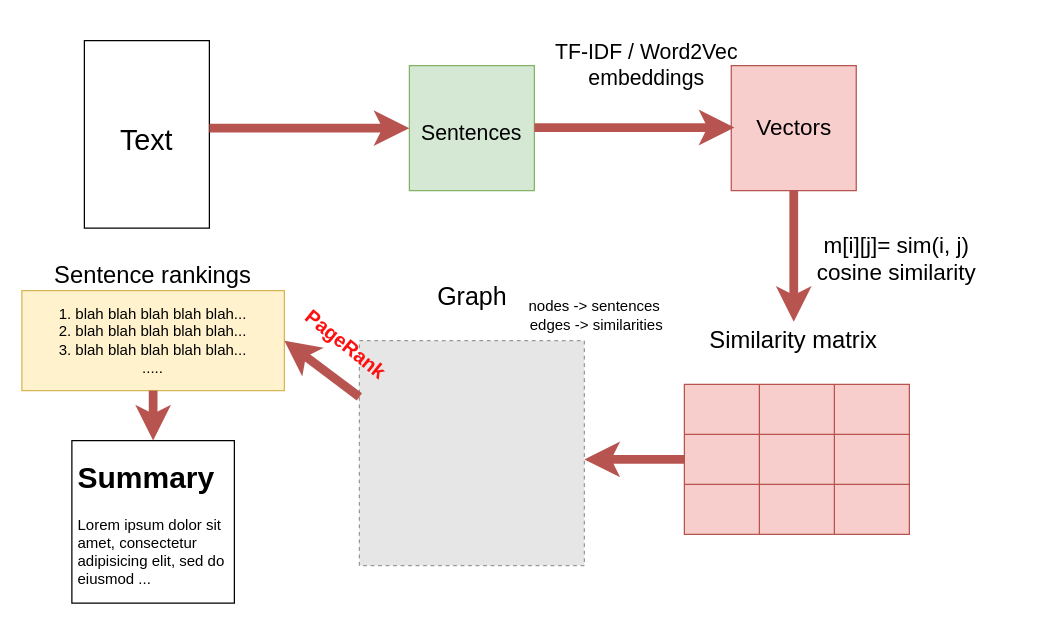
Before: Images/extractivesummarization.drawio in EndlessRecurrence/RoSumEx, a draw.io diagram. Source tidied: cells renumbered, new cells numbered last; positions are measured from the earlier drawing's top-left corner, leaving out a move shared by most shapes. Both pictures are drawn from the tidied source at 125%, with x=0, y=0 at pixel (21, 21). Pictures stored in the file or linked from it are replaced by grey dashed boxes.
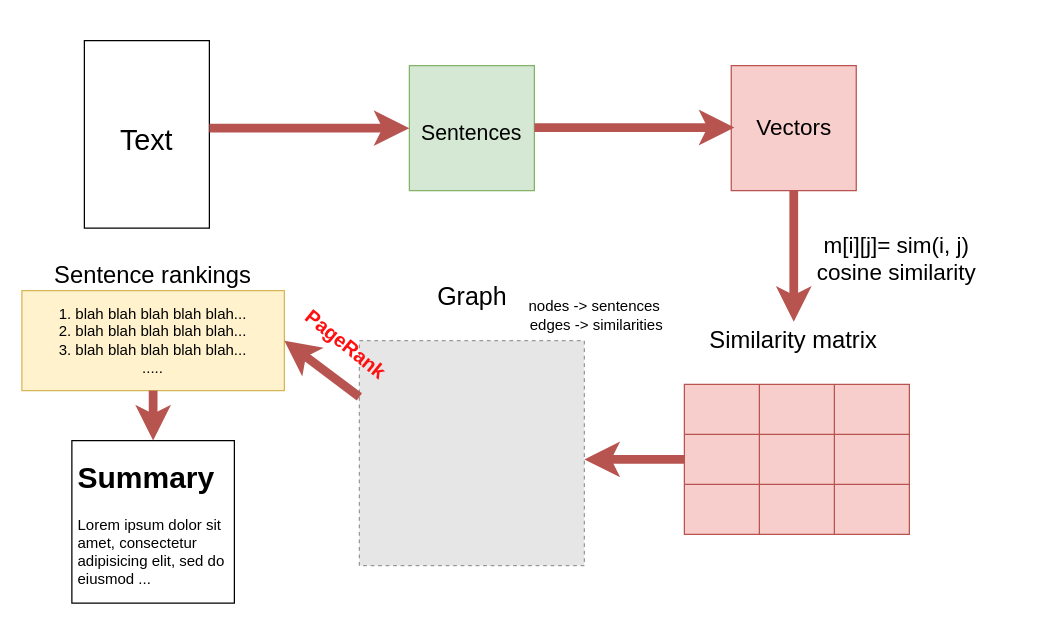
After the change.

Diff of the diagram source:
```diff
@@
-    <mxCell id="28" value="&lt;font style=&quot;font-size: 13px;&quot;&gt;&lt;font style=&quot;font-size: 14px;&quot;&gt;&lt;font style=&quot;font-size: 15px;&quot;&gt;&lt;font style=&quot;font-size: 16px;&quot;&gt;&lt;font style=&quot;font-size: 17px;&quot;&gt;TF-IDF / Word2Vec embeddings&lt;/font&gt;&lt;/font&gt;&lt;/font&gt;&lt;/font&gt;&lt;/font&gt;" style="text;html=1;strokeColor=none;fillColor=none;align=center;verticalAlign=middle;whiteSpace=wrap;rounded=0;" parent="1" vertex="1">
-      <mxGeometry x="420" width="160" height="70" as="geometry" />
-    </mxCell>
```
